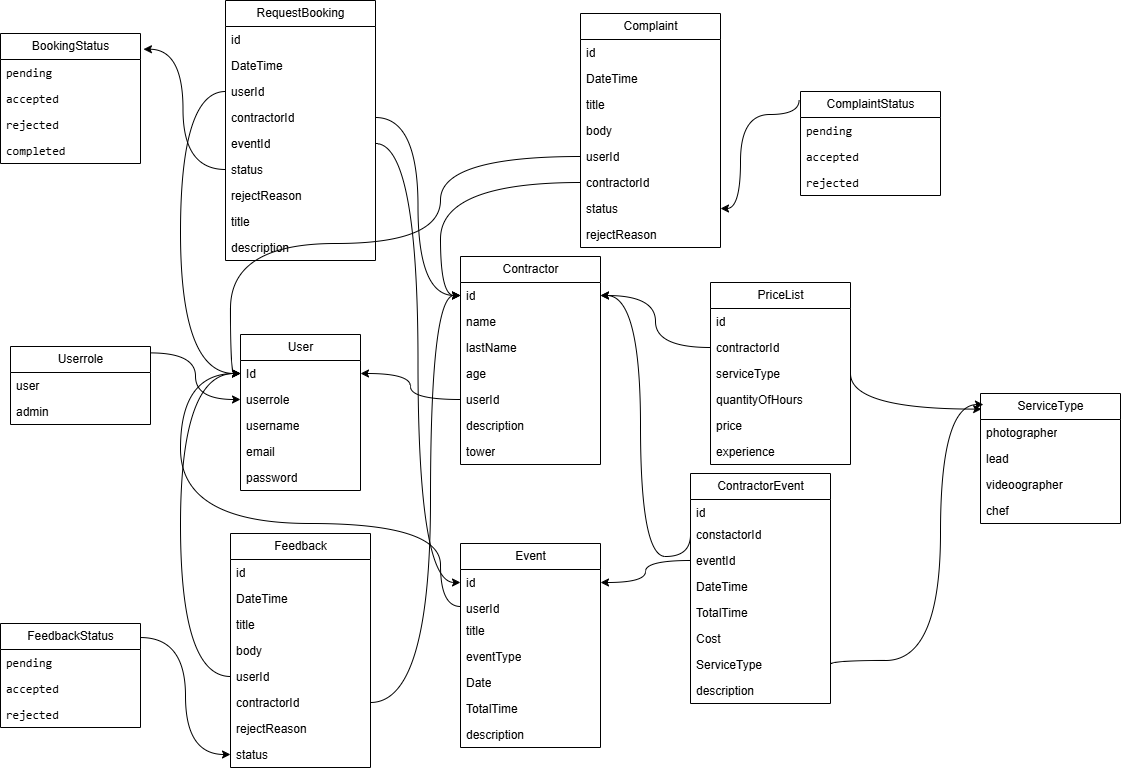
Earlier version of the draw.io export бд.drawio.png (Droplessrain/EventHub). Source tidied: cells renumbered, new cells last; positions are measured from the earlier drawing's top-left corner, leaving out a move shared by most shapes.
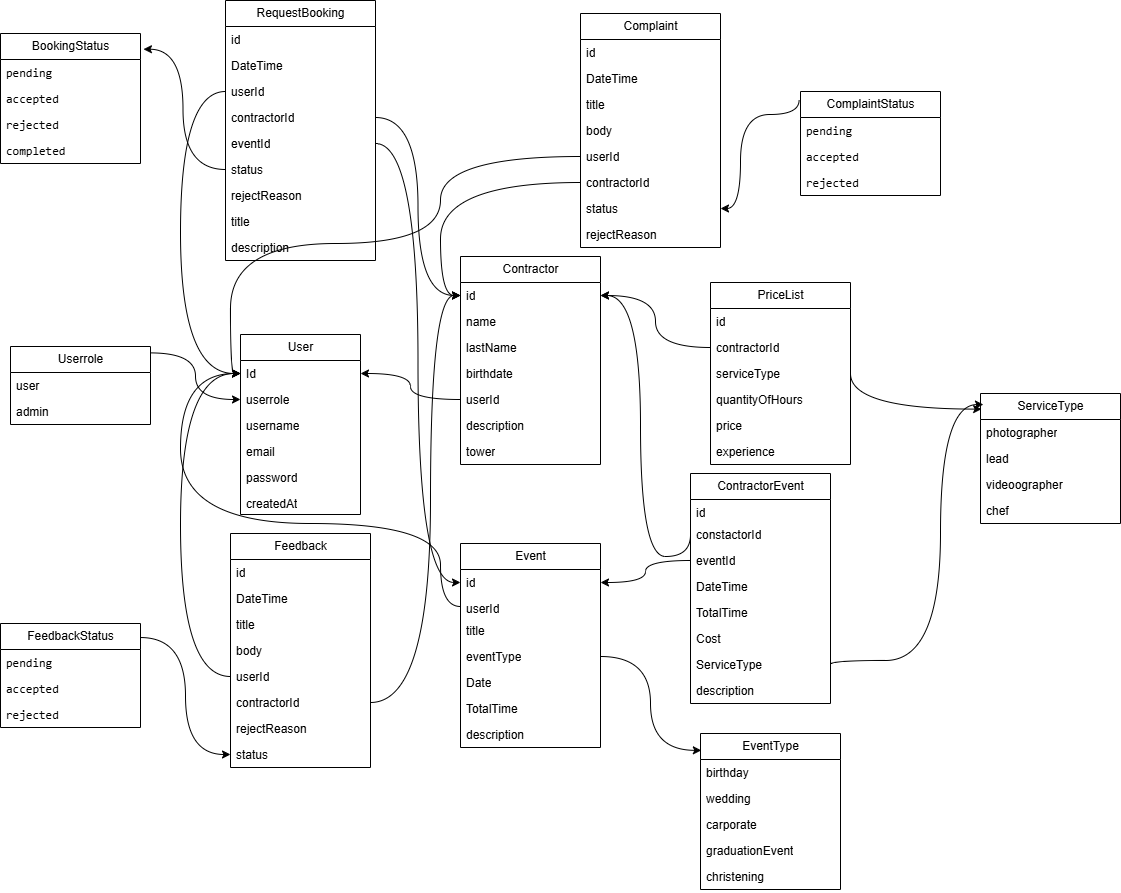
The same diagram one commit later.

Commit message:
create migration for init schemas

Diff of the diagram source:
```diff
@@ -3,7 +3,7 @@
     <mxCell id="0" />
     <mxCell id="1" parent="0" />
     <mxCell id="2" value="User" style="swimlane;fontStyle=0;horizontal=1;startSize=26;fillColor=none;html=1;" parent="1" vertex="1">
-      <mxGeometry x="240" y="334" width="120" height="156" as="geometry" />
+      <mxGeometry x="240" y="334" width="120" height="180" as="geometry" />
     </mxCell>
     <mxCell id="3" value="Id" style="text;strokeColor=none;fillColor=none;align=left;verticalAlign=top;spacingLeft=4;spacingRight=4;overflow=hidden;points=[[0,0.5],[1,0.5]];portConstraint=eastwest;whiteSpace=wrap;html=1;" parent="2" vertex="1">
       <mxGeometry y="26" width="120" height="26" as="geometry" />
@@ -20,6 +20,9 @@
     <mxCell id="7" value="password" style="text;strokeColor=none;fillColor=none;align=left;verticalAlign=top;spacingLeft=4;spacingRight=4;overflow=hidden;whiteSpace=wrap;html=1;" parent="2" vertex="1">
       <mxGeometry y="130" width="120" height="26" as="geometry" />
     </mxCell>
+    <mxCell id="107" value="createdAt" style="text;strokeColor=none;fillColor=none;align=left;verticalAlign=top;spacingLeft=4;spacingRight=4;overflow=hidden;whiteSpace=wrap;html=1;" parent="2" vertex="1">
+      <mxGeometry y="156" width="120" height="24" as="geometry" />
+    </mxCell>
     <mxCell id="8" value="Userrole" style="swimlane;fontStyle=0;horizontal=1;startSize=26;fillColor=none;html=1;" parent="1" vertex="1">
       <mxGeometry x="10" y="346" width="140" height="78" as="geometry" />
     </mxCell>
@@ -68,7 +71,7 @@
     <mxCell id="23" value="lastName" style="text;strokeColor=none;fillColor=none;align=left;verticalAlign=top;spacingLeft=4;spacingRight=4;overflow=hidden;whiteSpace=wrap;html=1;" parent="20" vertex="1">
       <mxGeometry y="78" width="140" height="26" as="geometry" />
     </mxCell>
-    <mxCell id="24" value="age" style="text;strokeColor=none;fillColor=none;align=left;verticalAlign=top;spacingLeft=4;spacingRight=4;overflow=hidden;whiteSpace=wrap;html=1;" parent="20" vertex="1">
+    <mxCell id="24" value="birthdate" style="text;strokeColor=none;fillColor=none;align=left;verticalAlign=top;spacingLeft=4;spacingRight=4;overflow=hidden;whiteSpace=wrap;html=1;" parent="20" vertex="1">
       <mxGeometry y="104" width="140" height="26" as="geometry" />
     </mxCell>
     <mxCell id="25" value="userId" style="text;strokeColor=none;fillColor=none;align=left;verticalAlign=top;spacingLeft=4;spacingRight=4;overflow=hidden;points=[[0,0.5],[1,0.5]];portConstraint=eastwest;whiteSpace=wrap;html=1;" parent="20" vertex="1">
@@ -371,5 +374,26 @@
     <mxCell id="106" style="endArrow=classic;html=1;rounded=0;exitX=1;exitY=0.5;exitDx=0;exitDy=0;entryX=0;entryY=0.5;entryDx=0;entryDy=0;edgeStyle=orthogonalEdgeStyle;curved=1;" parent="1" edge="1" source="35" target="41">
       <mxGeometry relative="1" as="geometry" />
     </mxCell>
+    <mxCell id="108" value="&lt;span style=&quot;text-align: left; text-wrap-mode: wrap;&quot;&gt;EventType&lt;/span&gt;" style="swimlane;fontStyle=0;horizontal=1;startSize=26;fillColor=none;html=1;" parent="1" vertex="1">
+      <mxGeometry x="700" y="733" width="140" height="156" as="geometry" />
+    </mxCell>
+    <mxCell id="109" value="birthday" style="text;strokeColor=none;fillColor=none;align=left;verticalAlign=top;spacingLeft=4;spacingRight=4;overflow=hidden;whiteSpace=wrap;html=1;" parent="108" vertex="1">
+      <mxGeometry y="26" width="140" height="26" as="geometry" />
+    </mxCell>
+    <mxCell id="110" value="&lt;span style=&quot;white-space-collapse: preserve;&quot; class=&quot;aNeGP0gI0B9AV8JaHPyH&quot;&gt;wedding&lt;/span&gt;" style="text;strokeColor=none;fillColor=none;align=left;verticalAlign=top;spacingLeft=4;spacingRight=4;overflow=hidden;whiteSpace=wrap;html=1;" parent="108" vertex="1">
+      <mxGeometry y="52" width="140" height="26" as="geometry" />
+    </mxCell>
+    <mxCell id="111" value="&lt;span style=&quot;white-space-collapse: preserve;&quot; class=&quot;aNeGP0gI0B9AV8JaHPyH&quot;&gt;carporate&lt;/span&gt;" style="text;strokeColor=none;fillColor=none;align=left;verticalAlign=top;spacingLeft=4;spacingRight=4;overflow=hidden;whiteSpace=wrap;html=1;" parent="108" vertex="1">
+      <mxGeometry y="78" width="140" height="26" as="geometry" />
+    </mxCell>
+    <mxCell id="112" value="&lt;span style=&quot;white-space-collapse: preserve;&quot;&gt;graduationEvent&lt;/span&gt;" style="text;strokeColor=none;fillColor=none;align=left;verticalAlign=top;spacingLeft=4;spacingRight=4;overflow=hidden;whiteSpace=wrap;html=1;" parent="108" vertex="1">
+      <mxGeometry y="104" width="140" height="26" as="geometry" />
+    </mxCell>
+    <mxCell id="113" value="&lt;span class=&quot;YPkS7KbdpWfGdYKd3QB9&quot; style=&quot;white-space-collapse: preserve;&quot;&gt;christening&lt;/span&gt;" style="text;strokeColor=none;fillColor=none;align=left;verticalAlign=top;spacingLeft=4;spacingRight=4;overflow=hidden;whiteSpace=wrap;html=1;" parent="108" vertex="1">
+      <mxGeometry y="130" width="140" height="26" as="geometry" />
+    </mxCell>
+    <mxCell id="114" style="edgeStyle=orthogonalEdgeStyle;rounded=0;jettySize=auto;html=1;curved=1;entryX=0.006;entryY=0.108;entryDx=0;entryDy=0;entryPerimeter=0;" parent="1" edge="1" source="44" target="108">
+      <mxGeometry relative="1" as="geometry" />
+    </mxCell>
   </root>
 </mxGraphModel>
```
